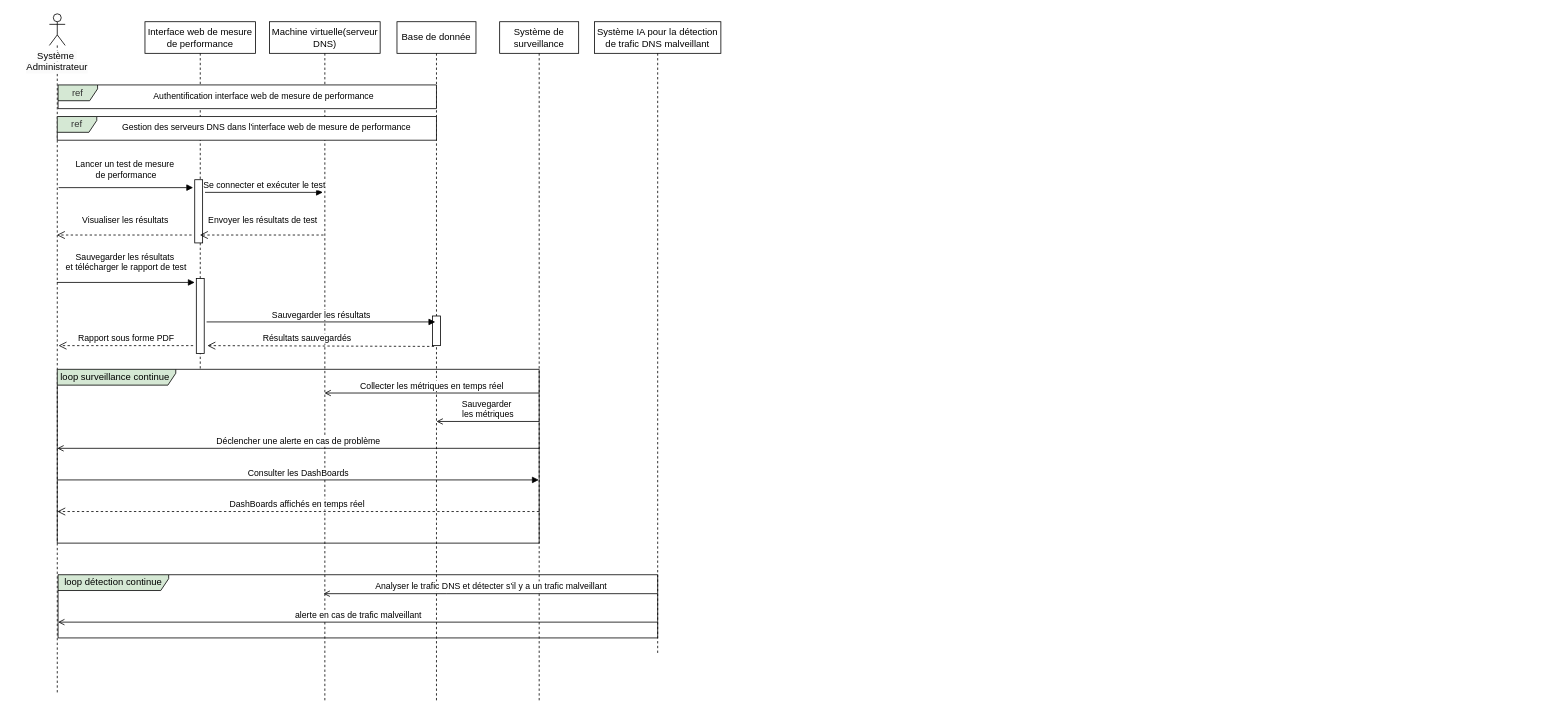
Earlier version of the draw.io diagram sequence.drawio (eya-harbaoui/Diagramms). Source tidied: cells renumbered, new cells numbered last; positions are measured from the earlier drawing's top-left corner, leaving out a move shared by most shapes. Both pictures are drawn from the tidied source at 79%, with x=0, y=0 at pixel (13, 13).
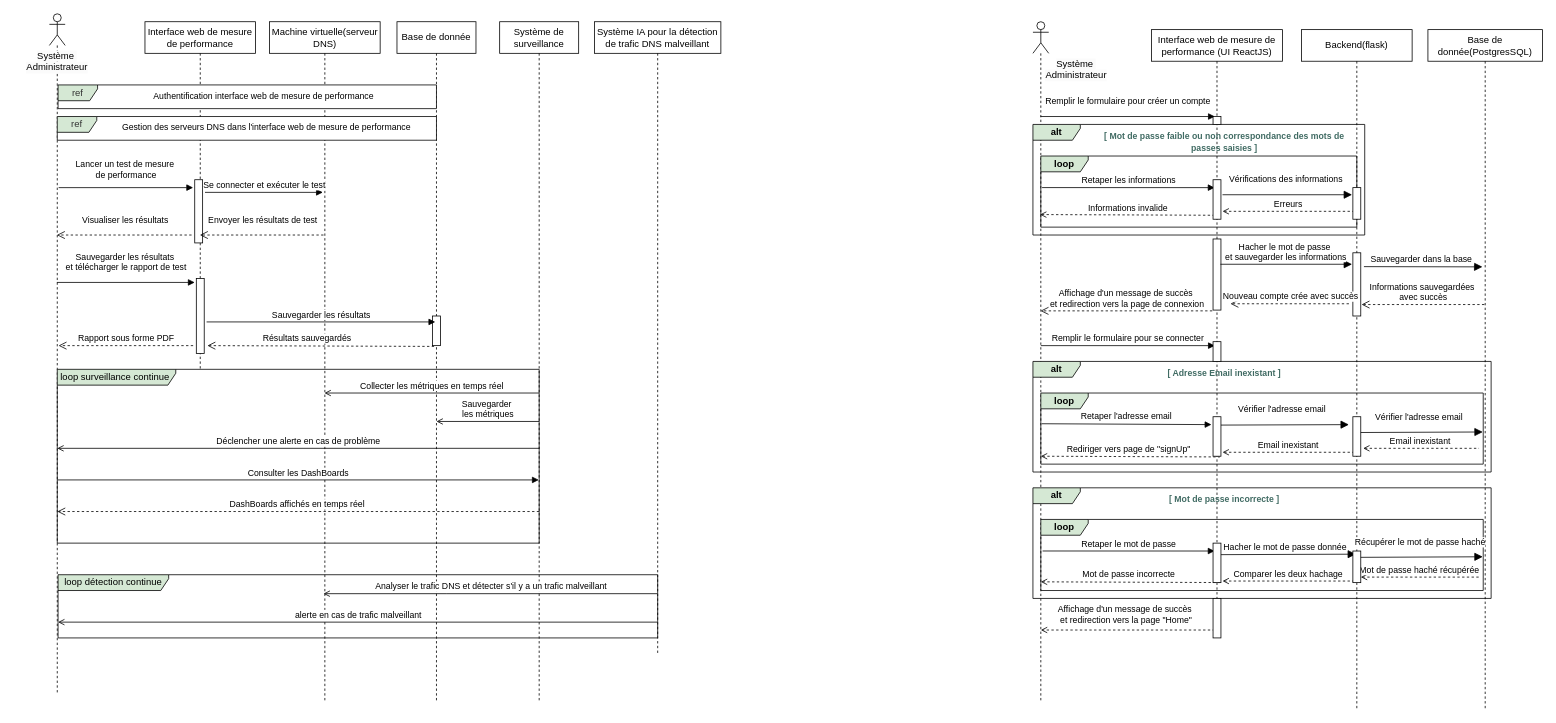
The same diagram, later.

Commit message:
Mettre à jour sequence.drawio

Change to the diagram source:
```diff
@@
+    <mxCell id="34" value="Interface web de mesure de performance (UI ReactJS)" style="shape=umlLifeline;perimeter=lifelinePerimeter;whiteSpace=wrap;html=1;newEdgeStyle={&quot;edgeStyle&quot;:&quot;elbowEdgeStyle&quot;,&quot;elbow&quot;:&quot;vertical&quot;,&quot;curved&quot;:0,&quot;rounded&quot;:0};" parent="1" vertex="1">
+      <mxGeometry x="1440" y="20" width="166" height="770" as="geometry" />
+    </mxCell>
+    <mxCell id="35" style="html=1;perimeter=orthogonalPerimeter;targetShapes=umlLifeline;newEdgeStyle={&quot;curved&quot;:0,&quot;rounded&quot;:0};" parent="34" vertex="1">
+      <mxGeometry x="78" y="265" width="10" height="90" as="geometry" />
+    </mxCell>
+    <mxCell id="36" value="Backend(flask)" style="shape=umlLifeline;perimeter=lifelinePerimeter;whiteSpace=wrap;html=1;newEdgeStyle={&quot;edgeStyle&quot;:&quot;elbowEdgeStyle&quot;,&quot;elbow&quot;:&quot;vertical&quot;,&quot;curved&quot;:0,&quot;rounded&quot;:0};" parent="1" vertex="1">
+      <mxGeometry x="1630" y="20" width="140" height="860" as="geometry" />
+    </mxCell>
+    <mxCell id="37" style="html=1;perimeter=orthogonalPerimeter;targetShapes=umlLifeline;newEdgeStyle={&quot;curved&quot;:0,&quot;rounded&quot;:0};" parent="36" vertex="1">
+      <mxGeometry x="65" y="282.5" width="10" height="80" as="geometry" />
+    </mxCell>
+    <mxCell id="38" value="Base de donnée(PostgresSQL)" style="shape=umlLifeline;perimeter=lifelinePerimeter;whiteSpace=wrap;html=1;newEdgeStyle={&quot;edgeStyle&quot;:&quot;elbowEdgeStyle&quot;,&quot;elbow&quot;:&quot;vertical&quot;,&quot;curved&quot;:0,&quot;rounded&quot;:0};" parent="1" vertex="1">
+      <mxGeometry x="1790" y="20" width="145" height="860" as="geometry" />
+    </mxCell>
+    <mxCell id="39" style="shape=umlLifeline;perimeter=lifelinePerimeter;whiteSpace=wrap;html=1;outlineConnect=0;portConstraint=eastwest;newEdgeStyle={&quot;curved&quot;:0,&quot;rounded&quot;:0};participant=umlActor;" parent="1" vertex="1">
+      <mxGeometry x="1290" y="10" width="20" height="860" as="geometry" />
+    </mxCell>
+    <mxCell id="40" value="&lt;span style=&quot;color: rgb(0, 0, 0); font-family: Helvetica; font-size: 12px; font-style: normal; font-variant-ligatures: normal; font-variant-caps: normal; font-weight: 400; letter-spacing: normal; orphans: 2; text-indent: 0px; text-transform: none; widows: 2; word-spacing: 0px; -webkit-text-stroke-width: 0px; white-space: nowrap; background-color: rgb(251, 251, 251); text-decoration-thickness: initial; text-decoration-style: initial; text-decoration-color: initial; float: none; display: inline !important;&quot;&gt;Système&amp;nbsp;&lt;/span&gt;&lt;div style=&quot;forced-color-adjust: none; color: rgb(0, 0, 0); font-family: Helvetica; font-size: 12px; font-style: normal; font-variant-ligatures: normal; font-variant-caps: normal; font-weight: 400; letter-spacing: normal; orphans: 2; text-indent: 0px; text-transform: none; widows: 2; word-spacing: 0px; -webkit-text-stroke-width: 0px; white-space: nowrap; background-color: rgb(251, 251, 251); text-decoration-thickness: initial; text-decoration-style: initial; text-decoration-color: initial;&quot;&gt;Administrateur&lt;/div&gt;" style="text;whiteSpace=wrap;html=1;align=center;" parent="1" vertex="1">
+      <mxGeometry x="1290" y="50" width="110" height="50" as="geometry" />
+    </mxCell>
+    <mxCell id="41" value="Remplir le formulaire pour créer un compte" style="html=1;verticalAlign=bottom;endArrow=block;curved=0;rounded=0;" parent="1" edge="1" source="39">
+      <mxGeometry y="10" relative="1" as="geometry">
+        <mxPoint x="1520.3" y="130" as="targetPoint" />
+      </mxGeometry>
+    </mxCell>
+    <mxCell id="42" value="Hacher le mot de passe&amp;nbsp;&lt;div&gt;et sauvegarder les informations&lt;/div&gt;" style="html=1;verticalAlign=bottom;endArrow=block;endSize=8;curved=0;rounded=0;endFill=1;" parent="1" edge="1">
+      <mxGeometry x="-0.01" relative="1" as="geometry">
+        <mxPoint x="1527.3" y="317" as="sourcePoint" />
+        <mxPoint x="1694" y="317" as="targetPoint" />
+      </mxGeometry>
+    </mxCell>
+    <mxCell id="43" value="&lt;b&gt;alt&lt;/b&gt;" style="shape=umlFrame;whiteSpace=wrap;html=1;width=60;height=20;fillColor=#D5E8D4;" parent="1" vertex="1">
+      <mxGeometry x="1290" y="140" width="420" height="140" as="geometry" />
+    </mxCell>
+    <mxCell id="44" style="edgeStyle=orthogonalEdgeStyle;rounded=0;orthogonalLoop=1;jettySize=auto;html=1;exitX=0.5;exitY=1;exitDx=0;exitDy=0;" parent="1" edge="1" source="40" target="40">
+      <mxGeometry relative="1" as="geometry" />
+    </mxCell>
+    <mxCell id="45" value="Sauvegarder dans la base&amp;nbsp;" style="html=1;verticalAlign=bottom;endArrow=block;endSize=8;curved=0;rounded=0;endFill=1;" parent="1" edge="1">
+      <mxGeometry x="-0.01" relative="1" as="geometry">
+        <mxPoint x="1709" y="320" as="sourcePoint" />
+        <mxPoint x="1859" y="320.3" as="targetPoint" />
+      </mxGeometry>
+    </mxCell>
+    <mxCell id="46" value="&lt;b&gt;loop&lt;/b&gt;" style="shape=umlFrame;whiteSpace=wrap;html=1;width=60;height=20;fillColor=#D5E8D4;" parent="1" vertex="1">
+      <mxGeometry x="1300" y="180" width="400" height="90" as="geometry" />
+    </mxCell>
+    <mxCell id="47" value="Retaper les informations" style="html=1;verticalAlign=bottom;endArrow=block;curved=0;rounded=0;exitX=0.004;exitY=0.444;exitDx=0;exitDy=0;exitPerimeter=0;" parent="1" edge="1" source="46">
+      <mxGeometry relative="1" as="geometry">
+        <mxPoint x="1520" y="220" as="targetPoint" />
+      </mxGeometry>
+    </mxCell>
+    <mxCell id="48" value="Vérifications des informations" style="html=1;verticalAlign=bottom;endArrow=block;endSize=8;curved=0;rounded=0;endFill=1;exitX=1.2;exitY=0.38;exitDx=0;exitDy=0;exitPerimeter=0;" parent="1" edge="1" source="77">
+      <mxGeometry x="-0.02" y="10" relative="1" as="geometry">
+        <mxPoint x="1694" y="229" as="targetPoint" />
+      </mxGeometry>
+    </mxCell>
+    <mxCell id="49" value="Erreurs" style="html=1;verticalAlign=bottom;endArrow=none;endSize=8;curved=0;rounded=0;endFill=0;entryX=0.999;entryY=0.548;entryDx=0;entryDy=0;entryPerimeter=0;startArrow=open;startFill=0;dashed=1;" parent="1" edge="1">
+      <mxGeometry x="-0.02" relative="1" as="geometry">
+        <mxPoint x="1530" y="250" as="sourcePoint" />
+        <mxPoint x="1700" y="250" as="targetPoint" />
+      </mxGeometry>
+    </mxCell>
+    <mxCell id="50" value="Informations invalide" style="html=1;verticalAlign=bottom;endArrow=none;endSize=8;curved=0;rounded=0;endFill=0;entryX=0.999;entryY=0.548;entryDx=0;entryDy=0;entryPerimeter=0;startArrow=open;startFill=0;dashed=1;exitX=0;exitY=0.768;exitDx=0;exitDy=0;exitPerimeter=0;" parent="1" edge="1">
+      <mxGeometry x="-0.02" relative="1" as="geometry">
+        <mxPoint x="1299" y="254.1" as="sourcePoint" />
+        <mxPoint x="1525.7" y="255" as="targetPoint" />
+      </mxGeometry>
+    </mxCell>
+    <mxCell id="51" value="Informations sauvegardées&amp;nbsp;&lt;div&gt;avec succès&lt;/div&gt;" style="html=1;verticalAlign=bottom;endArrow=open;endSize=8;curved=0;rounded=0;endFill=0;dashed=1;" parent="1" edge="1">
+      <mxGeometry x="-0.01" relative="1" as="geometry">
+        <mxPoint x="1861.4" y="368" as="sourcePoint" />
+        <mxPoint x="1706" y="368" as="targetPoint" />
+      </mxGeometry>
+    </mxCell>
+    <mxCell id="52" value="Nouveau compte crée avec succès" style="html=1;verticalAlign=bottom;endArrow=open;endSize=8;curved=0;rounded=0;endFill=0;dashed=1;" parent="1" edge="1">
+      <mxGeometry x="-0.01" relative="1" as="geometry">
+        <mxPoint x="1690" y="367" as="sourcePoint" />
+        <mxPoint x="1540" y="367" as="targetPoint" />
+      </mxGeometry>
+    </mxCell>
+    <mxCell id="53" value="Affichage d'un message de succès&amp;nbsp;&lt;div&gt;et redirection vers la page de connexion&lt;br&gt;&lt;/div&gt;" style="html=1;verticalAlign=bottom;endArrow=open;endSize=8;curved=0;rounded=0;endFill=0;dashed=1;" parent="1" edge="1">
+      <mxGeometry x="-0.01" relative="1" as="geometry">
+        <mxPoint x="1517" y="376" as="sourcePoint" />
+        <mxPoint x="1299.6" y="376" as="targetPoint" />
+      </mxGeometry>
+    </mxCell>
+    <mxCell id="54" value="Remplir le formulaire pour se connecter" style="html=1;verticalAlign=bottom;endArrow=block;curved=0;rounded=0;" parent="1" edge="1">
+      <mxGeometry relative="1" as="geometry">
+        <mxPoint x="1300" y="420" as="sourcePoint" />
+        <mxPoint x="1520.3" y="420" as="targetPoint" />
+      </mxGeometry>
+    </mxCell>
+    <mxCell id="55" value="&lt;b&gt;alt&lt;/b&gt;" style="shape=umlFrame;whiteSpace=wrap;html=1;width=60;height=20;fillColor=#D5E8D4;" parent="1" vertex="1">
+      <mxGeometry x="1290" y="440" width="580" height="140" as="geometry" />
+    </mxCell>
+    <mxCell id="56" value="&lt;b&gt;&lt;font color=&quot;#406b63&quot; style=&quot;font-size: 11px;&quot;&gt;[ Adresse Email inexistant ]&lt;/font&gt;&lt;/b&gt;" style="text;html=1;align=center;verticalAlign=middle;whiteSpace=wrap;rounded=0;" parent="1" vertex="1">
+      <mxGeometry x="1375" y="440" width="315" height="30" as="geometry" />
+    </mxCell>
+    <mxCell id="57" value="&lt;b&gt;loop&lt;/b&gt;" style="shape=umlFrame;whiteSpace=wrap;html=1;width=60;height=20;fillColor=#D5E8D4;" parent="1" vertex="1">
+      <mxGeometry x="1300" y="480" width="560" height="90" as="geometry" />
+    </mxCell>
+    <mxCell id="58" value="Retaper l'adresse email" style="html=1;verticalAlign=bottom;endArrow=block;curved=0;rounded=0;exitX=0.002;exitY=0.432;exitDx=0;exitDy=0;exitPerimeter=0;" parent="1" edge="1" source="57">
+      <mxGeometry relative="1" as="geometry">
+        <mxPoint x="1516" y="520" as="targetPoint" />
+      </mxGeometry>
+    </mxCell>
+    <mxCell id="59" value="Vérifier l'adresse email&amp;nbsp;" style="html=1;verticalAlign=bottom;endArrow=block;endSize=8;curved=0;rounded=0;endFill=1;entryX=0.999;entryY=0.548;entryDx=0;entryDy=0;entryPerimeter=0;" parent="1" edge="1" target="57">
+      <mxGeometry y="10" relative="1" as="geometry">
+        <mxPoint x="1700" y="530" as="sourcePoint" />
+      </mxGeometry>
+    </mxCell>
+    <mxCell id="60" value="Email inexistant" style="html=1;verticalAlign=bottom;endArrow=none;endSize=8;curved=0;rounded=0;endFill=0;entryX=0.999;entryY=0.548;entryDx=0;entryDy=0;entryPerimeter=0;startArrow=open;startFill=0;dashed=1;" parent="1" edge="1">
+      <mxGeometry x="-0.02" relative="1" as="geometry">
+        <mxPoint x="1708" y="550" as="sourcePoint" />
+        <mxPoint x="1854.7" y="550" as="targetPoint" />
+      </mxGeometry>
+    </mxCell>
+    <mxCell id="61" value="Rediriger vers page de &quot;signUp&quot;" style="html=1;verticalAlign=bottom;endArrow=none;endSize=8;curved=0;rounded=0;endFill=0;entryX=0.999;entryY=0.548;entryDx=0;entryDy=0;entryPerimeter=0;startArrow=open;startFill=0;dashed=1;exitX=0;exitY=0.768;exitDx=0;exitDy=0;exitPerimeter=0;" parent="1" edge="1">
+      <mxGeometry x="-0.02" relative="1" as="geometry">
+        <mxPoint x="1300" y="560" as="sourcePoint" />
+        <mxPoint x="1526.7" y="560.9" as="targetPoint" />
+      </mxGeometry>
+    </mxCell>
+    <mxCell id="62" value="Vérifier l'adresse email" style="html=1;verticalAlign=bottom;endArrow=block;endSize=8;curved=0;rounded=0;endFill=1;" parent="1" edge="1">
+      <mxGeometry x="-0.02" y="10" relative="1" as="geometry">
+        <mxPoint x="1523.3" y="520.6" as="sourcePoint" />
+        <mxPoint x="1690" y="520" as="targetPoint" />
+      </mxGeometry>
+    </mxCell>
+    <mxCell id="63" value="Email inexistant" style="html=1;verticalAlign=bottom;endArrow=none;endSize=8;curved=0;rounded=0;endFill=0;entryX=0.999;entryY=0.548;entryDx=0;entryDy=0;entryPerimeter=0;startArrow=open;startFill=0;dashed=1;" parent="1" edge="1">
+      <mxGeometry x="-0.02" relative="1" as="geometry">
+        <mxPoint x="1530" y="555" as="sourcePoint" />
+        <mxPoint x="1700" y="555" as="targetPoint" />
+      </mxGeometry>
+    </mxCell>
+    <mxCell id="64" value="&lt;b&gt;alt&lt;/b&gt;" style="shape=umlFrame;whiteSpace=wrap;html=1;width=60;height=20;fillColor=#D5E8D4;" parent="1" vertex="1">
+      <mxGeometry x="1290" y="600" width="580" height="140" as="geometry" />
+    </mxCell>
+    <mxCell id="65" value="&lt;b&gt;&lt;font color=&quot;#406b63&quot; style=&quot;font-size: 11px;&quot;&gt;[ Mot de passe incorrecte ]&lt;/font&gt;&lt;/b&gt;" style="text;html=1;align=center;verticalAlign=middle;whiteSpace=wrap;rounded=0;" parent="1" vertex="1">
+      <mxGeometry x="1375" y="600" width="315" height="30" as="geometry" />
+    </mxCell>
+    <mxCell id="66" value="&lt;b&gt;loop&lt;/b&gt;" style="shape=umlFrame;whiteSpace=wrap;html=1;width=60;height=20;fillColor=#D5E8D4;" parent="1" vertex="1">
+      <mxGeometry x="1300" y="640" width="560" height="90" as="geometry" />
+    </mxCell>
+    <mxCell id="67" value="Retaper le mot de passe" style="html=1;verticalAlign=bottom;endArrow=block;curved=0;rounded=0;exitX=0.004;exitY=0.444;exitDx=0;exitDy=0;exitPerimeter=0;" parent="1" edge="1" source="66">
+      <mxGeometry relative="1" as="geometry">
+        <mxPoint x="1520" y="680" as="targetPoint" />
+      </mxGeometry>
+    </mxCell>
+    <mxCell id="68" value="Récupérer le mot de passe haché" style="html=1;verticalAlign=bottom;endArrow=block;endSize=8;curved=0;rounded=0;endFill=1;entryX=0.999;entryY=0.548;entryDx=0;entryDy=0;entryPerimeter=0;" parent="1" edge="1">
+      <mxGeometry y="10" relative="1" as="geometry">
+        <mxPoint x="1700" y="688" as="sourcePoint" />
+        <mxPoint x="1859.4" y="687.3" as="targetPoint" />
+      </mxGeometry>
+    </mxCell>
+    <mxCell id="69" value="Mot de passe haché récupérée" style="html=1;verticalAlign=bottom;endArrow=none;endSize=8;curved=0;rounded=0;endFill=0;entryX=0.999;entryY=0.548;entryDx=0;entryDy=0;entryPerimeter=0;startArrow=open;startFill=0;dashed=1;" parent="1" edge="1" source="83">
+      <mxGeometry x="-0.02" relative="1" as="geometry">
+        <mxPoint x="1856.7" y="713" as="targetPoint" />
+      </mxGeometry>
+    </mxCell>
+    <mxCell id="70" value="Mot de passe incorrecte" style="html=1;verticalAlign=bottom;endArrow=none;endSize=8;curved=0;rounded=0;endFill=0;entryX=0.999;entryY=0.548;entryDx=0;entryDy=0;entryPerimeter=0;startArrow=open;startFill=0;dashed=1;exitX=0;exitY=0.768;exitDx=0;exitDy=0;exitPerimeter=0;" parent="1" edge="1">
+      <mxGeometry x="-0.02" relative="1" as="geometry">
+        <mxPoint x="1300" y="719" as="sourcePoint" />
+        <mxPoint x="1526.7" y="719.9" as="targetPoint" />
+      </mxGeometry>
+    </mxCell>
+    <mxCell id="71" value="Hacher le mot de passe donnée" style="html=1;verticalAlign=bottom;endArrow=block;endSize=8;curved=0;rounded=0;endFill=1;entryX=0.999;entryY=0.548;entryDx=0;entryDy=0;entryPerimeter=0;" parent="1" edge="1">
+      <mxGeometry x="-0.02" relative="1" as="geometry">
+        <mxPoint x="1522.3" y="684.6" as="sourcePoint" />
+        <mxPoint x="1699" y="684" as="targetPoint" />
+      </mxGeometry>
+    </mxCell>
+    <mxCell id="72" value="Comparer les deux hachage" style="html=1;verticalAlign=bottom;endArrow=none;endSize=8;curved=0;rounded=0;endFill=0;entryX=0.999;entryY=0.548;entryDx=0;entryDy=0;entryPerimeter=0;startArrow=open;startFill=0;dashed=1;" parent="1" edge="1">
+      <mxGeometry x="-0.02" relative="1" as="geometry">
+        <mxPoint x="1530" y="718" as="sourcePoint" />
+        <mxPoint x="1700" y="718" as="targetPoint" />
+      </mxGeometry>
+    </mxCell>
+    <mxCell id="73" style="html=1;verticalAlign=bottom;endArrow=open;curved=0;rounded=0;dashed=1;endFill=0;" parent="1" edge="1">
+      <mxGeometry relative="1" as="geometry">
+        <mxPoint x="1520.4" y="780" as="sourcePoint" />
+        <mxPoint x="1300" y="780" as="targetPoint" />
+      </mxGeometry>
+    </mxCell>
+    <mxCell id="74" value="&lt;span style=&quot;color: rgb(0, 0, 0); font-family: Helvetica; font-size: 11px; font-style: normal; font-variant-ligatures: normal; font-variant-caps: normal; font-weight: 400; letter-spacing: normal; orphans: 2; text-align: center; text-indent: 0px; text-transform: none; widows: 2; word-spacing: 0px; -webkit-text-stroke-width: 0px; white-space: nowrap; background-color: rgb(255, 255, 255); text-decoration-thickness: initial; text-decoration-style: initial; text-decoration-color: initial; display: inline !important; float: none;&quot;&gt;Affichage d'un message de succès&amp;nbsp;&lt;/span&gt;&lt;div style=&quot;forced-color-adjust: none; color: rgb(0, 0, 0); font-family: Helvetica; font-size: 11px; font-style: normal; font-variant-ligatures: normal; font-variant-caps: normal; font-weight: 400; letter-spacing: normal; orphans: 2; text-align: center; text-indent: 0px; text-transform: none; widows: 2; word-spacing: 0px; -webkit-text-stroke-width: 0px; white-space: nowrap; text-decoration-thickness: initial; text-decoration-style: initial; text-decoration-color: initial;&quot;&gt;et redirection vers la page &quot;Home&quot;&lt;/div&gt;" style="text;whiteSpace=wrap;html=1;" parent="1" vertex="1">
+      <mxGeometry x="1320" y="740" width="230" height="50" as="geometry" />
+    </mxCell>
+    <mxCell id="75" value="&lt;b&gt;&lt;font color=&quot;#406b63&quot; style=&quot;font-size: 11px;&quot;&gt;[ Mot de passe faible ou non correspondance des mots de passes saisies ]&lt;/font&gt;&lt;/b&gt;" style="text;html=1;align=center;verticalAlign=middle;whiteSpace=wrap;rounded=0;" parent="1" vertex="1">
+      <mxGeometry x="1375" y="147" width="315" height="30" as="geometry" />
+    </mxCell>
+    <mxCell id="76" style="html=1;perimeter=orthogonalPerimeter;targetShapes=umlLifeline;newEdgeStyle={&quot;curved&quot;:0,&quot;rounded&quot;:0};" parent="1" vertex="1">
+      <mxGeometry x="1518" y="130" width="10" height="10" as="geometry" />
+    </mxCell>
+    <mxCell id="77" style="html=1;points=[[0,0,0,0,5],[0,1,0,0,-5],[1,0,0,0,5],[1,1,0,0,-5]];perimeter=orthogonalPerimeter;outlineConnect=0;targetShapes=umlLifeline;portConstraint=eastwest;newEdgeStyle={&quot;curved&quot;:0,&quot;rounded&quot;:0};" parent="1" vertex="1">
+      <mxGeometry x="1518" y="210" width="10" height="50" as="geometry" />
+    </mxCell>
+    <mxCell id="78" style="html=1;perimeter=orthogonalPerimeter;targetShapes=umlLifeline;newEdgeStyle={&quot;curved&quot;:0,&quot;rounded&quot;:0};" parent="1" vertex="1">
+      <mxGeometry x="1695" y="220" width="10" height="40" as="geometry" />
+    </mxCell>
+    <mxCell id="79" style="html=1;perimeter=orthogonalPerimeter;targetShapes=umlLifeline;newEdgeStyle={&quot;curved&quot;:0,&quot;rounded&quot;:0};" parent="1" vertex="1">
+      <mxGeometry x="1518" y="415" width="10" height="25" as="geometry" />
+    </mxCell>
+    <mxCell id="80" style="html=1;perimeter=orthogonalPerimeter;targetShapes=umlLifeline;newEdgeStyle={&quot;curved&quot;:0,&quot;rounded&quot;:0};" parent="1" vertex="1">
+      <mxGeometry x="1518" y="510" width="10" height="50" as="geometry" />
+    </mxCell>
+    <mxCell id="81" style="html=1;perimeter=orthogonalPerimeter;targetShapes=umlLifeline;newEdgeStyle={&quot;curved&quot;:0,&quot;rounded&quot;:0};" parent="1" vertex="1">
+      <mxGeometry x="1695" y="510" width="10" height="50" as="geometry" />
+    </mxCell>
+    <mxCell id="82" style="html=1;perimeter=orthogonalPerimeter;targetShapes=umlLifeline;newEdgeStyle={&quot;curved&quot;:0,&quot;rounded&quot;:0};" parent="1" vertex="1">
+      <mxGeometry x="1518" y="670" width="10" height="50" as="geometry" />
+    </mxCell>
+    <mxCell id="83" style="html=1;points=[[0,0,0,0,5],[0,1,0,0,-5],[1,0,0,0,5],[1,1,0,0,-5]];perimeter=orthogonalPerimeter;outlineConnect=0;targetShapes=umlLifeline;portConstraint=eastwest;newEdgeStyle={&quot;curved&quot;:0,&quot;rounded&quot;:0};" parent="1" vertex="1">
+      <mxGeometry x="1695" y="680" width="10" height="40" as="geometry" />
+    </mxCell>
+    <mxCell id="84" style="html=1;perimeter=orthogonalPerimeter;targetShapes=umlLifeline;newEdgeStyle={&quot;curved&quot;:0,&quot;rounded&quot;:0};" parent="1" vertex="1">
+      <mxGeometry x="1518" y="740" width="10" height="50" as="geometry" />
+    </mxCell>
```
